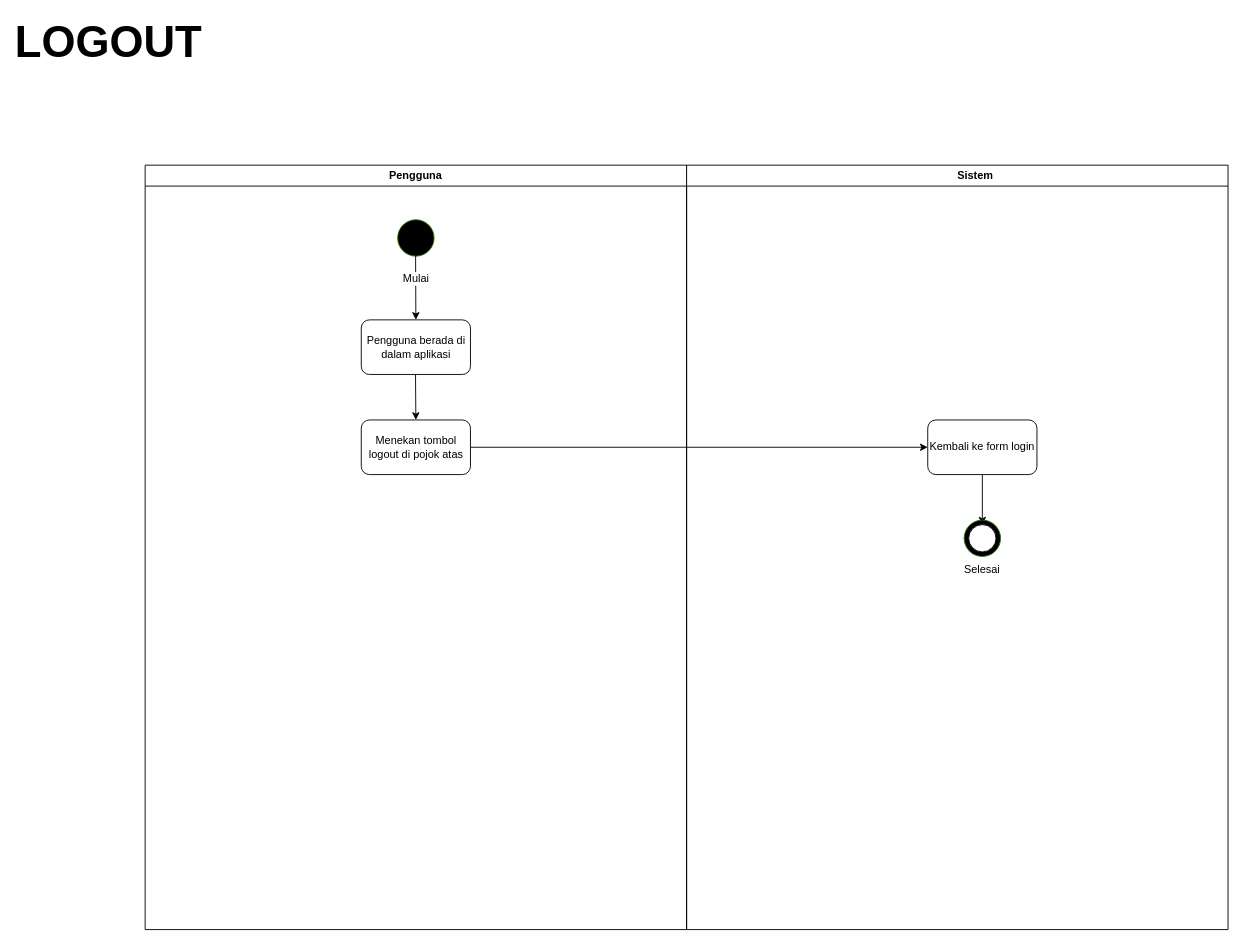
Above: page "Logout" (2 of 7) of Diagram Tanpa Judul.drawio in sintaannisa/Aplikasi-Peminjaman-Alat (draw.io), before the change. Source tidied: cells renumbered, new cells numbered last; positions are measured from the earlier drawing's top-left corner, leaving out a move shared by most shapes. Both pictures are drawn from the tidied source at 91%, with x=0, y=0 at pixel (81, 28).
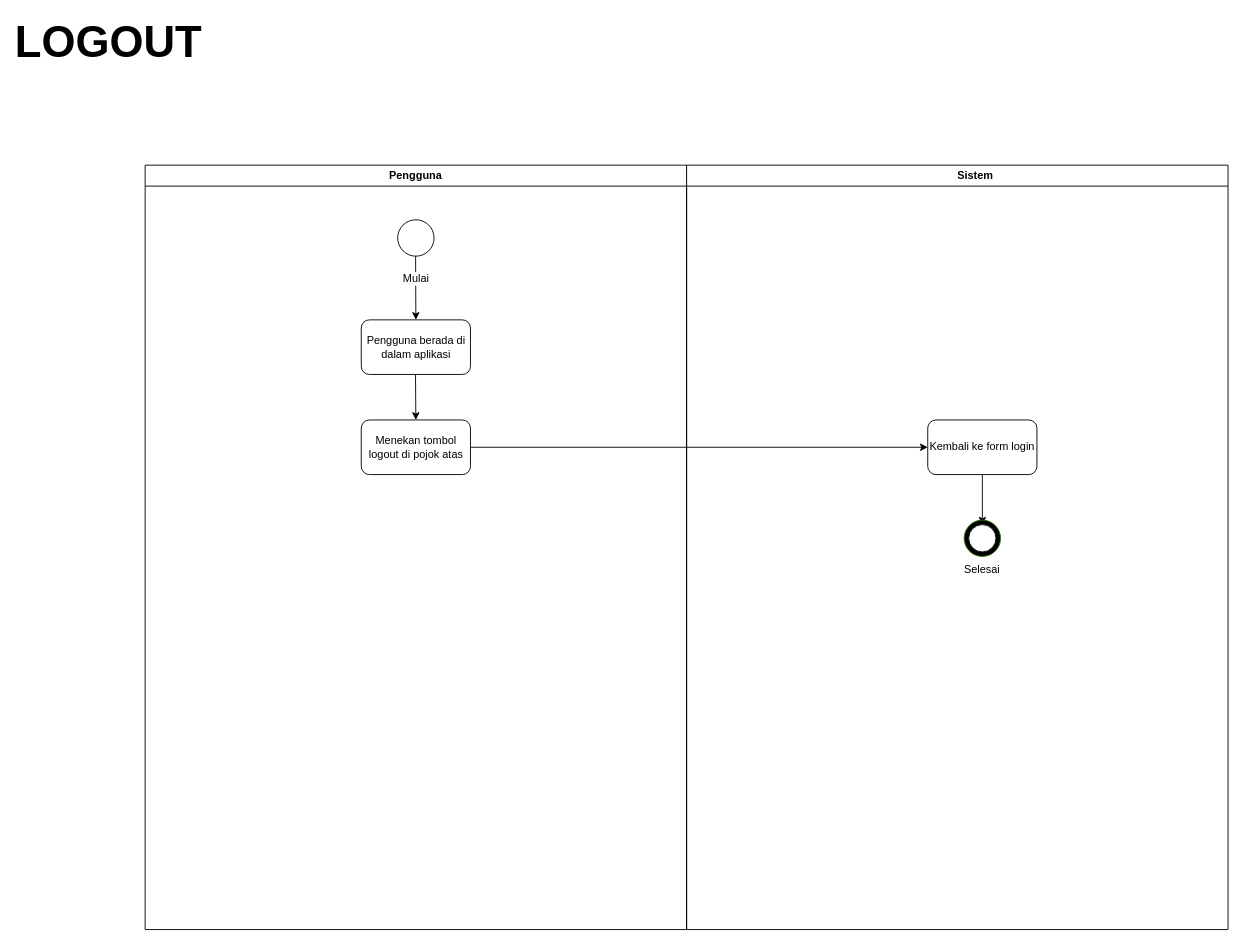
The same page after the edit.

The edit, as a diff of the source:
```diff
@@
 <mxGraphModel>
   <root>
     <mxCell id="0" />
     <mxCell id="1" parent="0" />
     <mxCell id="2" value="Pengguna" style="swimlane;whiteSpace=wrap;html=1;" parent="1" vertex="1">
       <mxGeometry x="70" y="150" width="595" height="840" as="geometry" />
     </mxCell>
-    <mxCell id="3" style="ellipse;whiteSpace=wrap;html=1;shapeInside=1;fontColor=#ffffff;fillColor=#000000;strokeColor=#2D7600;" parent="2" vertex="1">
+    <mxCell id="3" style="ellipse;whiteSpace=wrap;html=1;shapeInside=1;" parent="2" vertex="1">
       <mxGeometry x="277.5" y="60" width="40" height="40" as="geometry" />
     </mxCell>
     <mxCell id="4" value="Pengguna berada di dalam aplikasi" style="rounded=1;whiteSpace=wrap;html=1;" parent="2" vertex="1">
       <mxGeometry x="237.5" y="170" width="120" height="60" as="geometry" />
     </mxCell>
     <mxCell id="5" style="endArrow=classic;html=1;rounded=0;entryX=0.5;entryY=0;entryDx=0;entryDy=0;" parent="2" edge="1" target="4">
       <mxGeometry relative="1" as="geometry">
         <mxPoint x="297.2" y="100" as="sourcePoint" />
       </mxGeometry>
     </mxCell>
     <mxCell id="6" value="Mulai" style="text;html=1;whiteSpace=wrap;strokeColor=none;fillColor=none;align=center;verticalAlign=middle;rounded=0;labelBackgroundColor=default;" parent="2" vertex="1">
       <mxGeometry x="267.5" y="110" width="60" height="30" as="geometry" />
     </mxCell>
     <mxCell id="7" value="Menekan tombol logout di pojok atas" style="rounded=1;whiteSpace=wrap;html=1;" parent="2" vertex="1">
       <mxGeometry x="237.5" y="280" width="120" height="60" as="geometry" />
     </mxCell>
     <mxCell id="8" style="endArrow=classic;html=1;rounded=0;entryX=0.5;entryY=0;entryDx=0;entryDy=0;" parent="2" edge="1" target="7">
       <mxGeometry relative="1" as="geometry">
         <mxPoint x="297.1" y="230" as="sourcePoint" />
       </mxGeometry>
     </mxCell>
     <mxCell id="9" value="&lt;blockquote style=&quot;margin: 0 0 0 40px; border: none; padding: 0px;&quot;&gt;Sistem&lt;/blockquote&gt;" style="swimlane;whiteSpace=wrap;html=1;" parent="1" vertex="1">
       <mxGeometry x="665" y="150" width="595" height="840" as="geometry" />
     </mxCell>
     <mxCell id="10" style="edgeStyle=orthogonalEdgeStyle;rounded=0;jettySize=auto;html=1;exitX=0.5;exitY=1;exitDx=0;exitDy=0;" parent="9" edge="1" source="11" target="13">
       <mxGeometry relative="1" as="geometry" />
     </mxCell>
     <mxCell id="11" value="Kembali ke form login" style="rounded=1;whiteSpace=wrap;html=1;" parent="9" vertex="1">
       <mxGeometry x="265" y="280" width="120" height="60" as="geometry" />
     </mxCell>
     <mxCell id="12" style="ellipse;whiteSpace=wrap;html=1;shapeInside=1;fontColor=#ffffff;fillColor=#000000;strokeColor=#2D7600;" parent="9" vertex="1">
       <mxGeometry x="305" y="390" width="40" height="40" as="geometry" />
     </mxCell>
     <mxCell id="13" style="ellipse;whiteSpace=wrap;html=1;shapeInside=1;" parent="9" vertex="1">
       <mxGeometry x="310" y="395" width="30" height="30" as="geometry" />
     </mxCell>
     <mxCell id="14" value="Selesai" style="text;html=1;whiteSpace=wrap;strokeColor=none;fillColor=none;align=center;verticalAlign=middle;rounded=0;" parent="9" vertex="1">
       <mxGeometry x="295" y="430" width="60" height="30" as="geometry" />
     </mxCell>
     <mxCell id="15" value="&lt;b&gt;&lt;font&gt;LOGOUT&lt;/font&gt;&lt;/b&gt;" style="text;html=1;whiteSpace=wrap;strokeColor=none;fillColor=none;align=center;verticalAlign=middle;rounded=0;fontSize=48;" parent="1" vertex="1">
       <mxGeometry width="60" height="30" as="geometry" />
     </mxCell>
     <mxCell id="16" style="edgeStyle=orthogonalEdgeStyle;rounded=0;jettySize=auto;html=1;exitX=1;exitY=0.5;exitDx=0;exitDy=0;" parent="1" edge="1" source="7" target="11">
       <mxGeometry relative="1" as="geometry" />
     </mxCell>
   </root>
 </mxGraphModel>
```
